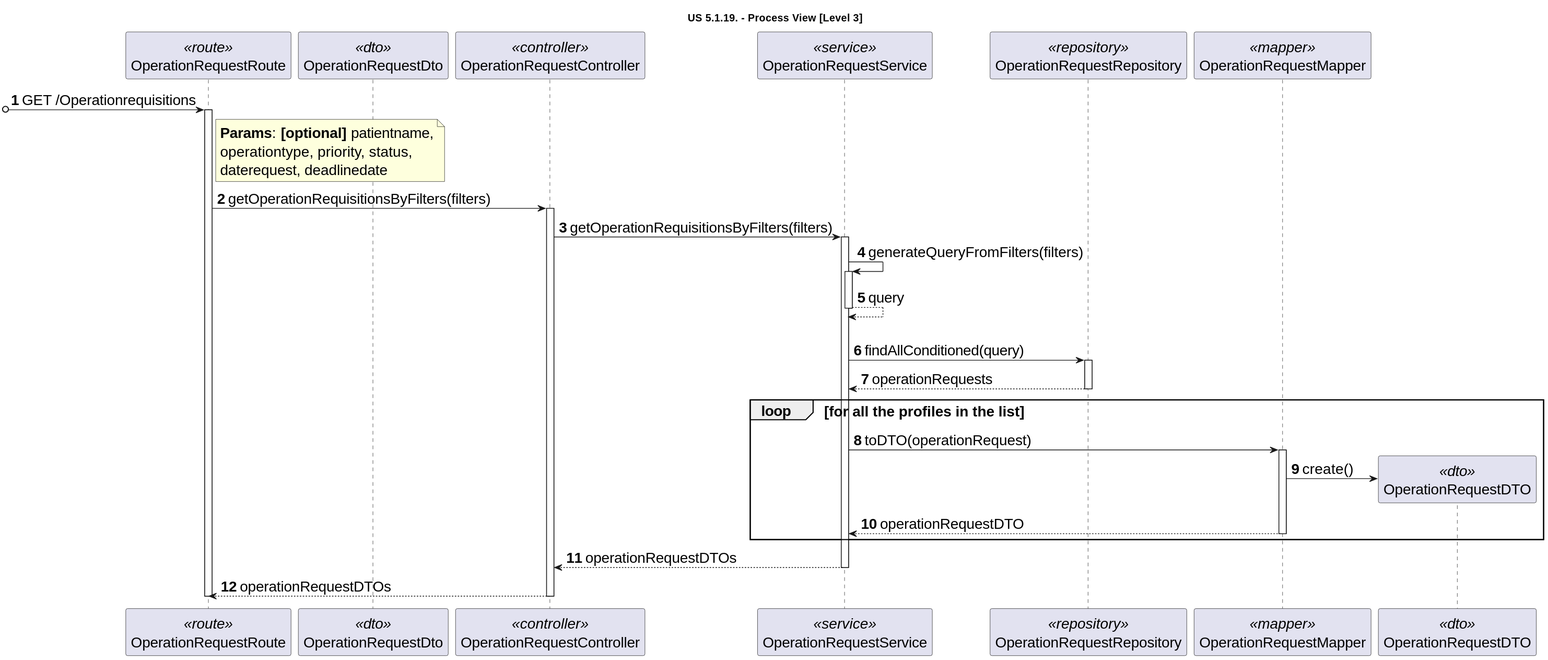
Earlier version of the PlantUML export docs/sprint-1/1220841/us-5.1.19/diagrams/level-3-process-view.svg (rita-barbosa/LAPR5-2425). Its diagram source:
```plantuml
@startuml
skinparamlocked defaultFontSize 20

title "US 5.1.19. - Process View [Level 3]"

autonumber
participant "OperationRequestRoute" as ROUTE <<route>>
participant "OperationRequestDto" as pat_dto <<dto>>
participant "OperationRequestController" as CTRL <<controller>>
participant "OperationRequestService" as SVC <<service>>
participant "OperationRequestRepository" as REPO <<repository>>
participant "OperationRequestMapper" as MAP <<mapper>>
participant "OperationRequestDTO" as DTO <<dto>>


[o-> ROUTE: GET /Operationrequisitions
activate ROUTE
note right of ROUTE:**Params**: **[optional]** patientname,\noperationtype, priority, status,\ndaterequest, deadlinedate

ROUTE -> CTRL: getOperationRequisitionsByFilters(filters)
activate CTRL

CTRL -> SVC: getOperationRequisitionsByFilters(filters)
activate SVC


SVC -> SVC : generateQueryFromFilters(filters)
activate SVC
SVC --> SVC : query
deactivate SVC
|||

SVC -> REPO : findAllConditioned(query)
activate REPO
REPO --> SVC : operationRequests
deactivate REPO

    loop for all the profiles in the list
        SVC -> MAP : toDTO(operationRequest)
        activate MAP

        MAP -> DTO ** : create()

        MAP --> SVC : operationRequestDTO
        deactivate MAP
    end loop



SVC --> CTRL: operationRequestDTOs
deactivate SVC
CTRL --> ROUTE: operationRequestDTOs
deactivate CTRL
   deactivate ROUTE
    @enduml
```
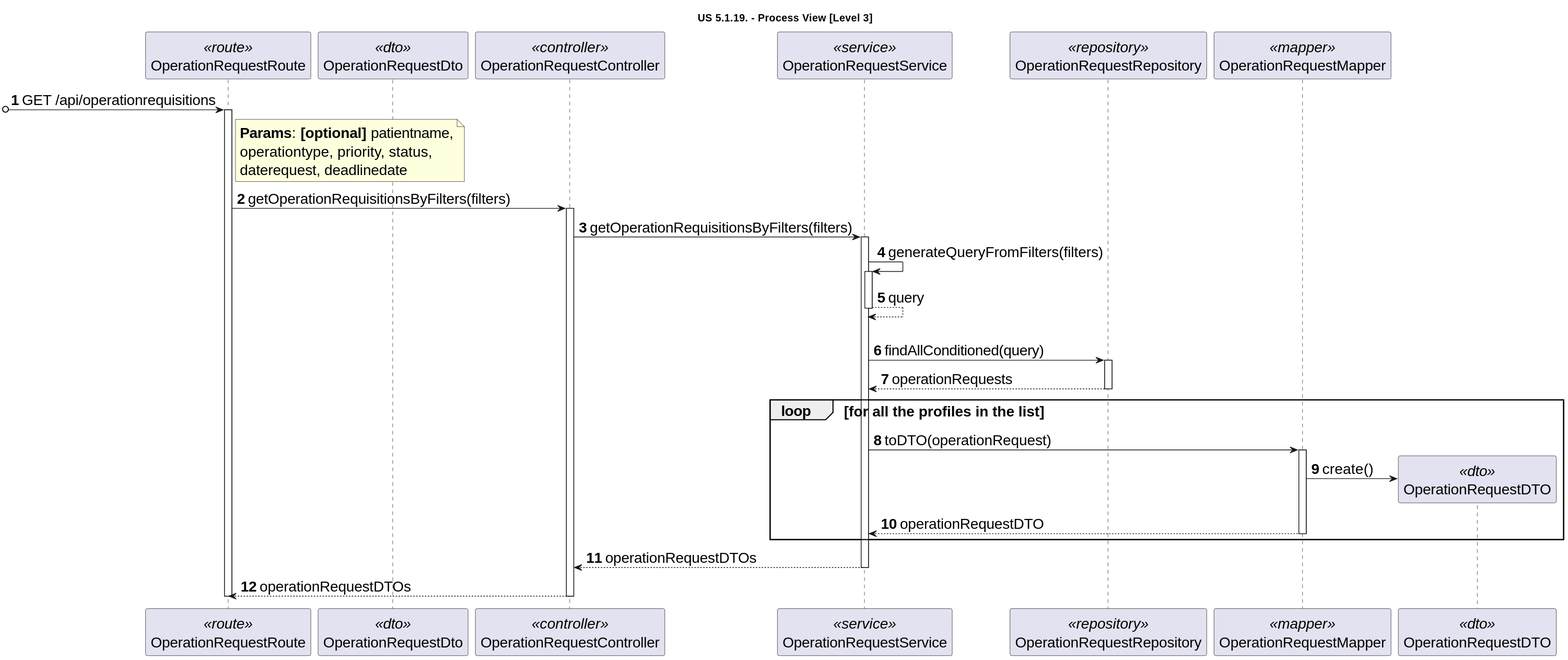
After the change.

Commit message:
DG38-185 | docs: updates diagrams to reflect route change.

Change to the diagram source:
```diff
@@ -13,7 +13,7 @@
 participant "OperationRequestDTO" as DTO <<dto>>
 
 
-[o-> ROUTE: GET /Operationrequisitions
+[o-> ROUTE: GET /api/operationrequisitions
 activate ROUTE
 note right of ROUTE:**Params**: **[optional]** patientname,\noperationtype, priority, status,\ndaterequest, deadlinedate
 
```
